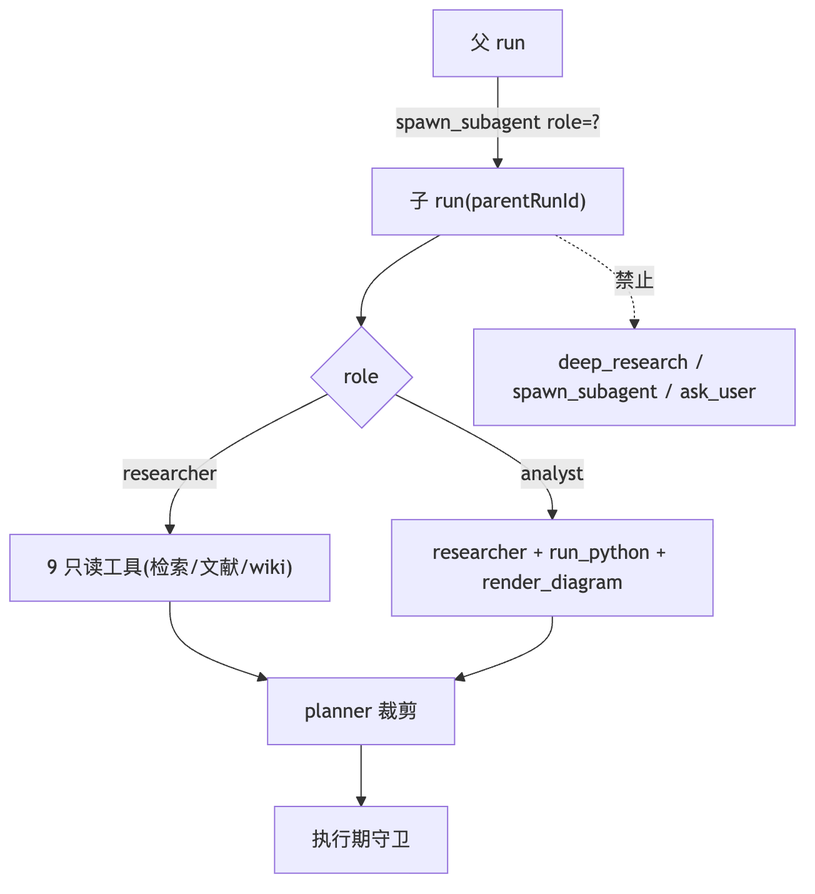
Above: docs/reports/diagrams/fig05_9dc01370.png in stchurchye/agent-Carl-Gustav-Jung (Mermaid), before the change. Its source is kept beside it as docs/reports/diagrams/fig05_9dc01370.mmd.
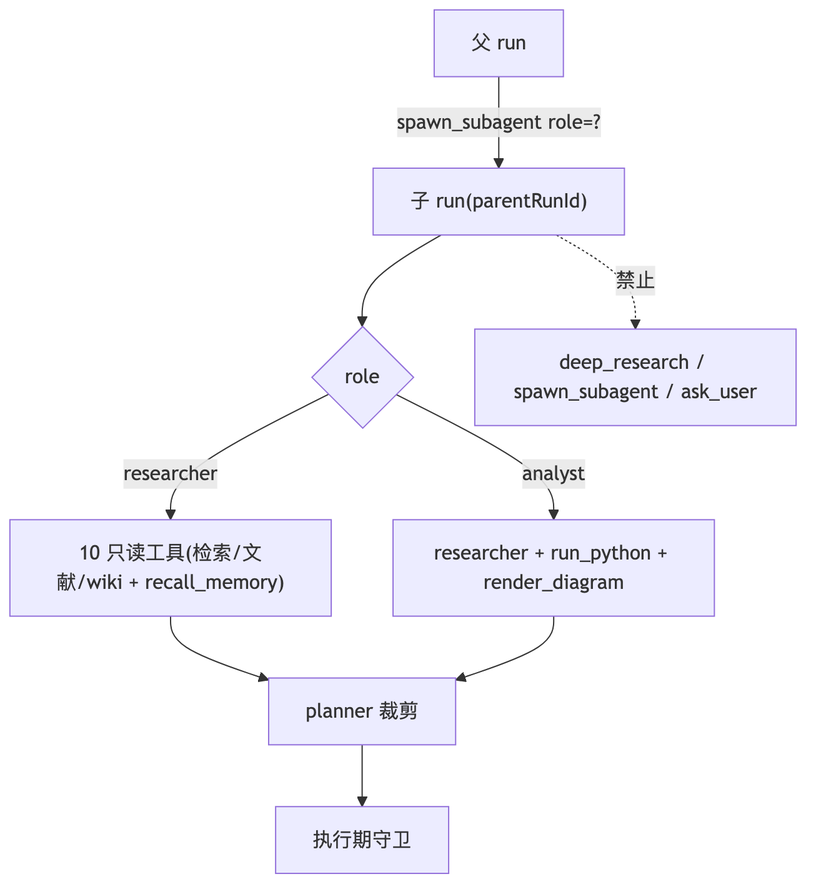
After the change.

Change to the diagram source:
```diff
@@ -1,7 +1,7 @@
 flowchart TD
   P["父 run"] -->|spawn_subagent role=?| C["子 run(parentRunId)"]
   C --> R{role}
-  R -->|researcher| RT["9 只读工具(检索/文献/wiki)"]
+  R -->|researcher| RT["10 只读工具(检索/文献/wiki + recall_memory)"]
   R -->|analyst| AT["researcher + run_python + render_diagram"]
   C -. 禁止 .-> X["deep_research / spawn_subagent / ask_user"]
   RT --> G1["planner 裁剪"] --> G2["执行期守卫"]
```
